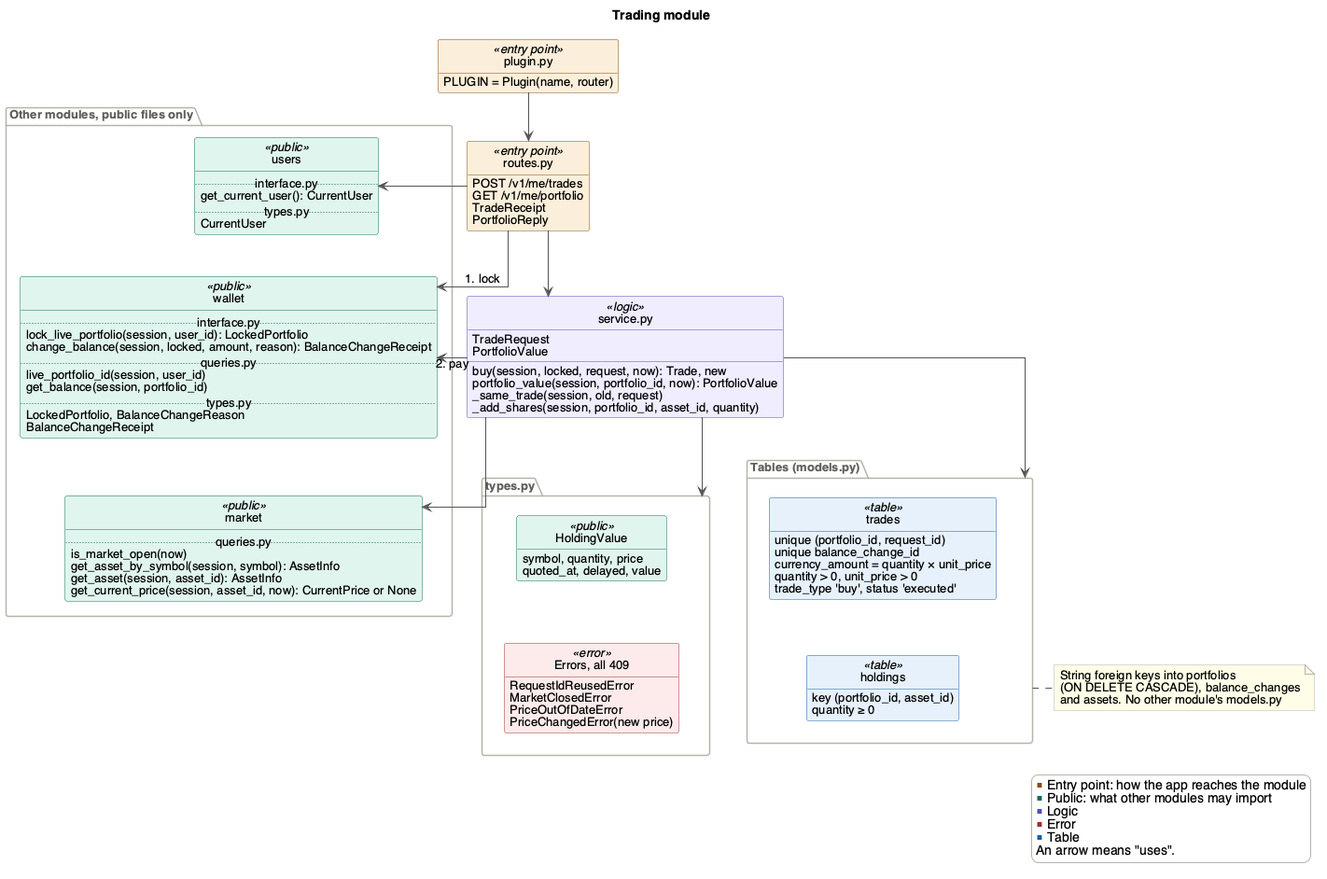
Before: docs/Design/SoftArchitecture/figures/trading.png, a diagram exported from PlantUML (davislenover/BurnNEarn).
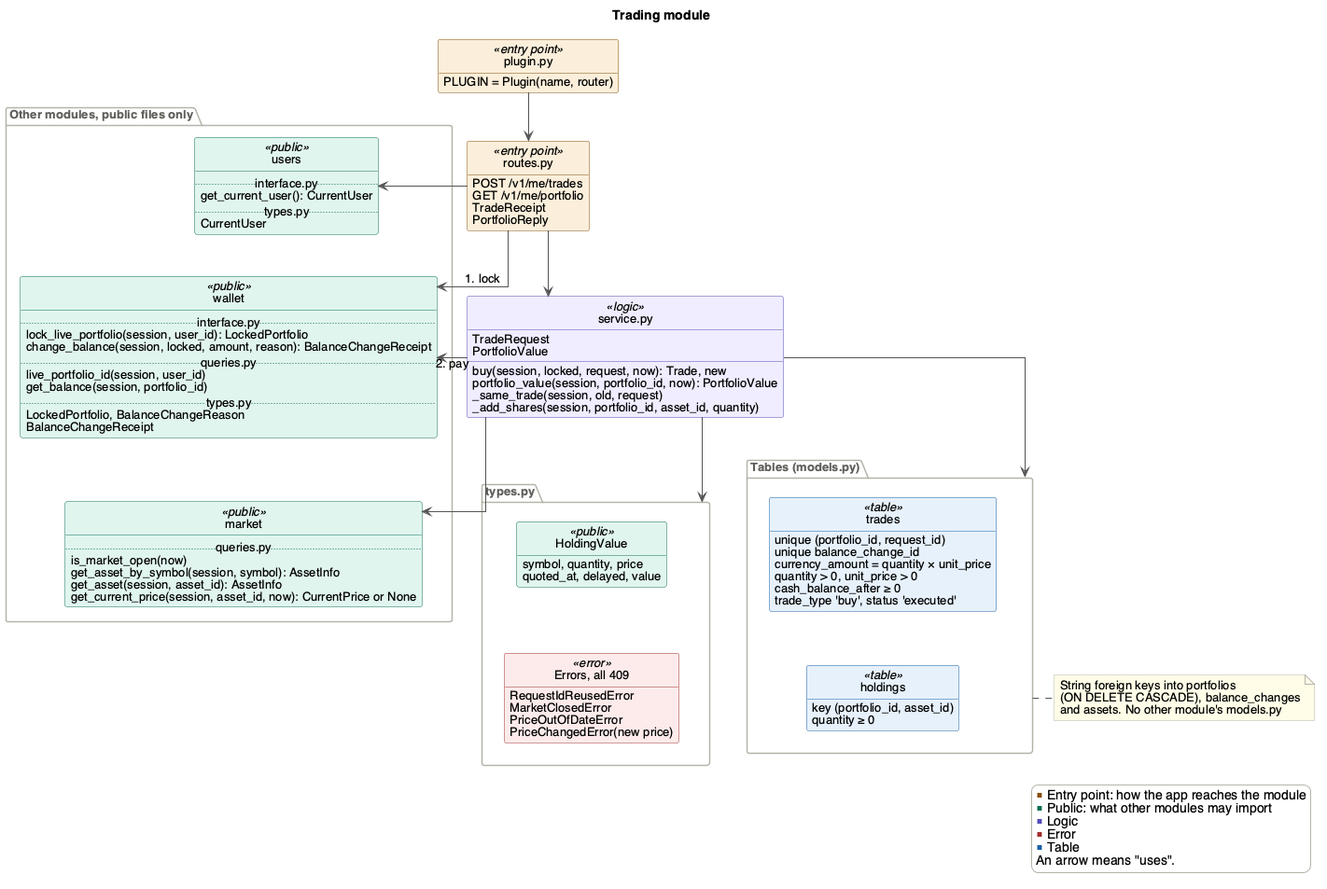
After the change.

The edit, as a diff of the source:
```diff
@@ -40,6 +40,7 @@
     unique balance_change_id
     currency_amount = quantity × unit_price
     quantity > 0, unit_price > 0
+    cash_balance_after ≥ 0
     trade_type 'buy', status 'executed'
   }
   class "holdings" as holdings <<table>> {
```
